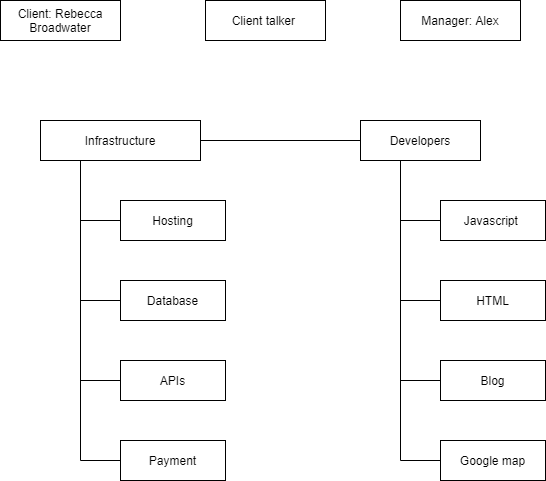
This is Deliverables/Week_5/Organizational Structure.png from Hanandrof/Group-3-Repository, a draw.io export, as it was before one commit. Source tidied: cells renumbered, new cells last; positions are measured from the earlier drawing's top-left corner, leaving out a move shared by most shapes. Source of this version:
```xml
<mxGraphModel>
  <root>
    <mxCell id="0" />
    <mxCell id="1" parent="0" />
    <mxCell id="2" value="Client: Rebecca Broadwater" style="rounded=0;whiteSpace=wrap;html=1;" parent="1" vertex="1">
      <mxGeometry width="120" height="40" as="geometry" />
    </mxCell>
    <mxCell id="3" value="Client talker&amp;nbsp;" style="rounded=0;whiteSpace=wrap;html=1;" parent="1" vertex="1">
      <mxGeometry x="205" width="120" height="40" as="geometry" />
    </mxCell>
    <mxCell id="4" value="Manager: Alex" style="rounded=0;whiteSpace=wrap;html=1;" parent="1" vertex="1">
      <mxGeometry x="400" width="120" height="40" as="geometry" />
    </mxCell>
    <mxCell id="5" value="Infrastructure" style="rounded=0;whiteSpace=wrap;html=1;" parent="1" vertex="1">
      <mxGeometry x="40" y="120" width="160" height="40" as="geometry" />
    </mxCell>
    <mxCell id="6" style="endArrow=none;html=1;entryX=0.25;entryY=1;entryDx=0;entryDy=0;" parent="1" edge="1" target="5">
      <mxGeometry relative="1" as="geometry">
        <mxPoint x="80" y="460" as="sourcePoint" />
      </mxGeometry>
    </mxCell>
    <mxCell id="7" value="Hosting" style="rounded=0;whiteSpace=wrap;html=1;" parent="1" vertex="1">
      <mxGeometry x="120" y="200" width="105" height="40" as="geometry" />
    </mxCell>
    <mxCell id="8" value="Database" style="rounded=0;whiteSpace=wrap;html=1;" parent="1" vertex="1">
      <mxGeometry x="120" y="280" width="105" height="40" as="geometry" />
    </mxCell>
    <mxCell id="9" value="APIs" style="rounded=0;whiteSpace=wrap;html=1;" parent="1" vertex="1">
      <mxGeometry x="120" y="360" width="105" height="40" as="geometry" />
    </mxCell>
    <mxCell id="10" value="Payment" style="rounded=0;whiteSpace=wrap;html=1;" parent="1" vertex="1">
      <mxGeometry x="120" y="440" width="105" height="40" as="geometry" />
    </mxCell>
    <mxCell id="11" style="endArrow=none;html=1;" parent="1" edge="1">
      <mxGeometry relative="1" as="geometry">
        <mxPoint x="80" y="220" as="sourcePoint" />
        <mxPoint x="120" y="220" as="targetPoint" />
      </mxGeometry>
    </mxCell>
    <mxCell id="12" style="endArrow=none;html=1;entryX=0;entryY=0.5;entryDx=0;entryDy=0;" parent="1" edge="1" target="8">
      <mxGeometry relative="1" as="geometry">
        <mxPoint x="80" y="300" as="sourcePoint" />
      </mxGeometry>
    </mxCell>
    <mxCell id="13" style="endArrow=none;html=1;entryX=0;entryY=0.5;entryDx=0;entryDy=0;" parent="1" edge="1" target="9">
      <mxGeometry relative="1" as="geometry">
        <mxPoint x="80" y="380" as="sourcePoint" />
      </mxGeometry>
    </mxCell>
    <mxCell id="14" style="endArrow=none;html=1;entryX=0;entryY=0.5;entryDx=0;entryDy=0;" parent="1" edge="1" target="10">
      <mxGeometry relative="1" as="geometry">
        <mxPoint x="80" y="460" as="sourcePoint" />
      </mxGeometry>
    </mxCell>
    <mxCell id="15" style="endArrow=none;html=1;exitX=1;exitY=0.5;exitDx=0;exitDy=0;" parent="1" edge="1" source="5">
      <mxGeometry relative="1" as="geometry">
        <mxPoint x="360" y="140" as="targetPoint" />
      </mxGeometry>
    </mxCell>
    <mxCell id="16" value="Developers" style="rounded=0;whiteSpace=wrap;html=1;" parent="1" vertex="1">
      <mxGeometry x="360" y="120" width="120" height="40" as="geometry" />
    </mxCell>
    <mxCell id="17" style="endArrow=none;html=1;entryX=0.25;entryY=1;entryDx=0;entryDy=0;" parent="1" edge="1">
      <mxGeometry relative="1" as="geometry">
        <mxPoint x="400" y="460" as="sourcePoint" />
        <mxPoint x="400" y="160" as="targetPoint" />
      </mxGeometry>
    </mxCell>
    <mxCell id="18" value="Javascript&amp;nbsp;" style="rounded=0;whiteSpace=wrap;html=1;" parent="1" vertex="1">
      <mxGeometry x="440" y="200" width="105" height="40" as="geometry" />
    </mxCell>
    <mxCell id="19" value="HTML" style="rounded=0;whiteSpace=wrap;html=1;" parent="1" vertex="1">
      <mxGeometry x="440" y="280" width="105" height="40" as="geometry" />
    </mxCell>
    <mxCell id="20" value="Blog" style="rounded=0;whiteSpace=wrap;html=1;" parent="1" vertex="1">
      <mxGeometry x="440" y="360" width="105" height="40" as="geometry" />
    </mxCell>
    <mxCell id="21" value="Google map" style="rounded=0;whiteSpace=wrap;html=1;" parent="1" vertex="1">
      <mxGeometry x="440" y="440" width="105" height="40" as="geometry" />
    </mxCell>
    <mxCell id="22" style="endArrow=none;html=1;" parent="1" edge="1">
      <mxGeometry relative="1" as="geometry">
        <mxPoint x="400" y="220" as="sourcePoint" />
        <mxPoint x="440" y="220" as="targetPoint" />
      </mxGeometry>
    </mxCell>
    <mxCell id="23" style="endArrow=none;html=1;entryX=0;entryY=0.5;entryDx=0;entryDy=0;" parent="1" edge="1" target="19">
      <mxGeometry relative="1" as="geometry">
        <mxPoint x="400" y="300" as="sourcePoint" />
      </mxGeometry>
    </mxCell>
    <mxCell id="24" style="endArrow=none;html=1;entryX=0;entryY=0.5;entryDx=0;entryDy=0;" parent="1" edge="1" target="20">
      <mxGeometry relative="1" as="geometry">
        <mxPoint x="400" y="380" as="sourcePoint" />
      </mxGeometry>
    </mxCell>
    <mxCell id="25" style="endArrow=none;html=1;entryX=0;entryY=0.5;entryDx=0;entryDy=0;" parent="1" edge="1" target="21">
      <mxGeometry relative="1" as="geometry">
        <mxPoint x="400" y="460" as="sourcePoint" />
      </mxGeometry>
    </mxCell>
  </root>
</mxGraphModel>
```
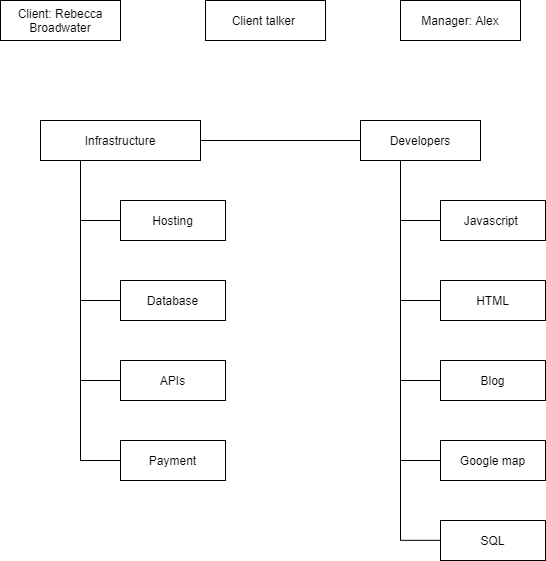
After the commit.

Change to the diagram source:
```diff
@@ -62,7 +62,7 @@
     </mxCell>
     <mxCell id="17" style="endArrow=none;html=1;entryX=0.25;entryY=1;entryDx=0;entryDy=0;" parent="1" edge="1">
       <mxGeometry relative="1" as="geometry">
-        <mxPoint x="400" y="460" as="sourcePoint" />
+        <mxPoint x="400" y="540" as="sourcePoint" />
         <mxPoint x="400" y="160" as="targetPoint" />
       </mxGeometry>
     </mxCell>
@@ -99,5 +99,14 @@
         <mxPoint x="400" y="460" as="sourcePoint" />
       </mxGeometry>
     </mxCell>
+    <mxCell id="26" value="SQL" style="rounded=0;whiteSpace=wrap;html=1;" parent="1" vertex="1">
+      <mxGeometry x="440" y="520" width="105" height="40" as="geometry" />
+    </mxCell>
+    <mxCell id="27" style="endArrow=none;html=1;entryX=0;entryY=0.5;entryDx=0;entryDy=0;" parent="1" edge="1">
+      <mxGeometry relative="1" as="geometry">
+        <mxPoint x="400" y="539.8" as="sourcePoint" />
+        <mxPoint x="440" y="539.8" as="targetPoint" />
+      </mxGeometry>
+    </mxCell>
   </root>
 </mxGraphModel>
```
